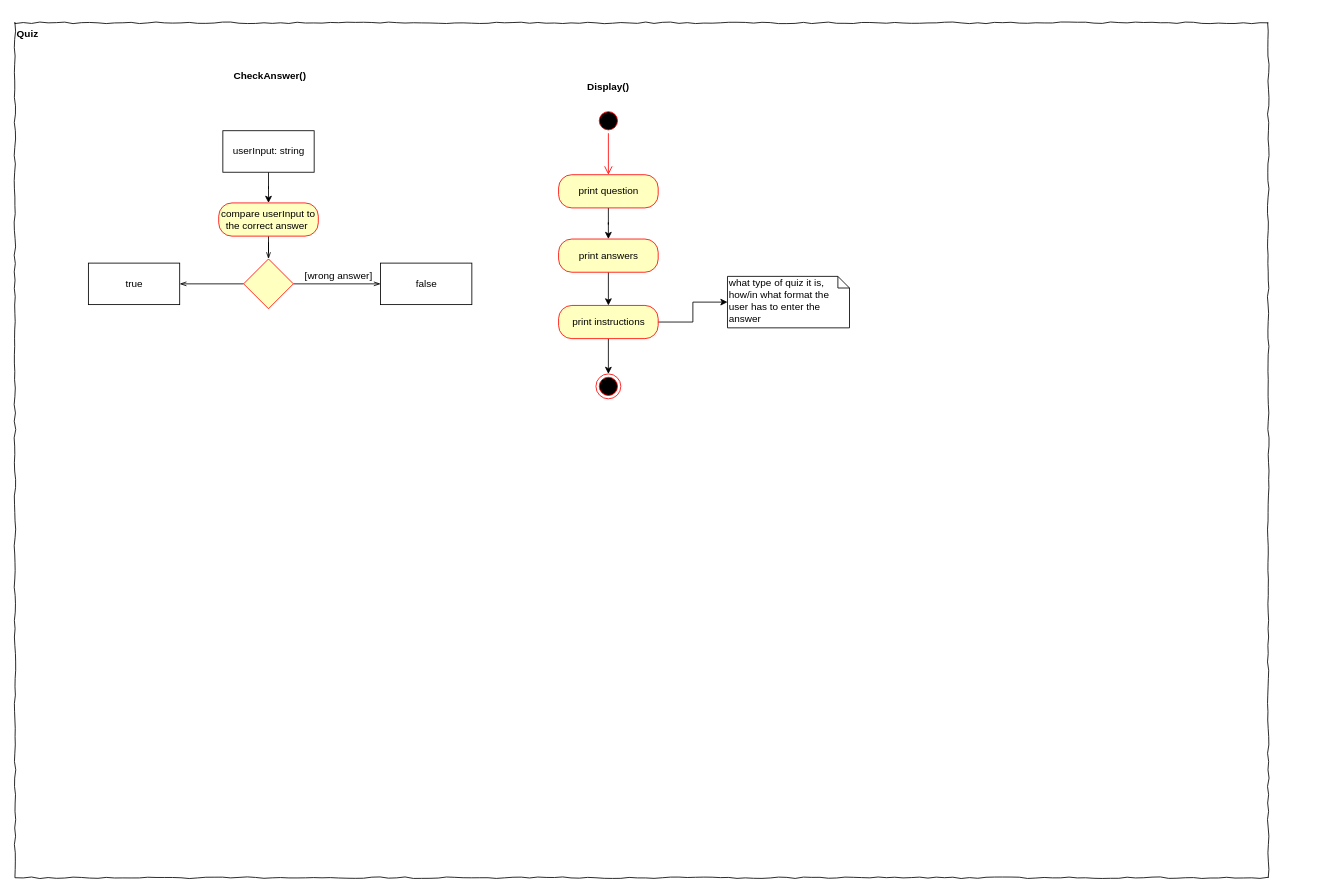
Lichtfarbenspiel/Softwaredesign keeps this draw.io diagram as page "Quiz" (3 of 3) of UML Diagramme/Quiz/Quiz.drawio. Above is the earlier version. Source tidied: cells renumbered, new cells numbered last; positions are measured from the earlier drawing's top-left corner, leaving out a move shared by most shapes. Both pictures are drawn from the tidied source at 83%, with x=0, y=0 at pixel (15, 22).
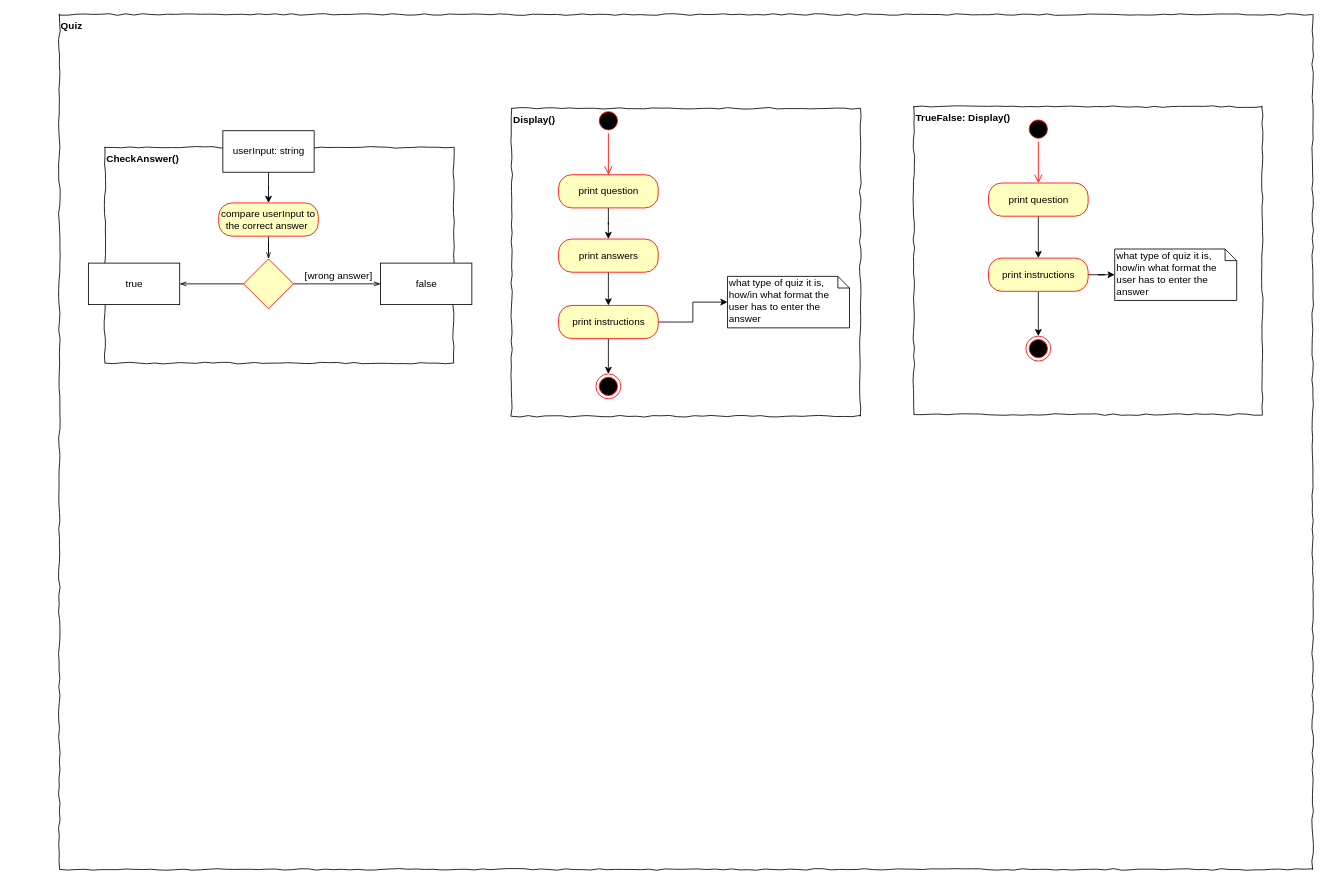
Above is the later version.

Commit message (it also covers changes not shown here):
Quiz diagram

The edit, as a diff of the source:
```diff
@@
     <mxCell id="2" value="&lt;div style=&quot;text-align: left&quot;&gt;&lt;b&gt;Quiz&lt;/b&gt;&lt;/div&gt;" style="rounded=0;whiteSpace=wrap;html=1;shadow=0;glass=0;comic=1;strokeColor=#000000;labelPosition=center;verticalLabelPosition=middle;align=left;verticalAlign=top;absoluteArcSize=1;arcSize=50;" parent="1" vertex="1">
-      <mxGeometry x="-0.5" width="1510" height="1030" as="geometry" />
+      <mxGeometry x="53" y="-10" width="1510" height="1030" as="geometry" />
     </mxCell>
-    <mxCell id="3" value="Display()" style="text;align=center;fontStyle=1;verticalAlign=middle;spacingLeft=3;spacingRight=3;strokeColor=none;fillColor=#FFFFFF;" parent="1" vertex="1">
-      <mxGeometry x="674.5" y="63" width="80" height="26" as="geometry" />
+    <mxCell id="3" value="&lt;div style=&quot;text-align: left&quot;&gt;&lt;span style=&quot;font-weight: 700 ; text-align: center ; white-space: nowrap&quot;&gt;Display()&lt;/span&gt;&lt;br&gt;&lt;/div&gt;" style="rounded=0;whiteSpace=wrap;html=1;shadow=0;glass=0;comic=1;strokeColor=#000000;labelPosition=center;verticalLabelPosition=middle;align=left;verticalAlign=top;absoluteArcSize=1;arcSize=50;" parent="1" vertex="1">
+      <mxGeometry x="598" y="103" width="420" height="371" as="geometry" />
     </mxCell>
+    <mxCell id="13" value="&lt;div style=&quot;text-align: left&quot;&gt;&lt;span style=&quot;font-weight: 700 ; text-align: center ; white-space: nowrap&quot;&gt;CheckAnswer()&lt;/span&gt;&lt;br&gt;&lt;/div&gt;" style="rounded=0;whiteSpace=wrap;html=1;shadow=0;glass=0;comic=1;strokeColor=#000000;labelPosition=center;verticalLabelPosition=middle;align=left;verticalAlign=top;absoluteArcSize=1;arcSize=50;" parent="1" vertex="1">
+      <mxGeometry x="108" y="150" width="420" height="260" as="geometry" />
+    </mxCell>
@@
-    <mxCell id="13" value="CheckAnswer()" style="text;align=center;fontStyle=1;verticalAlign=middle;spacingLeft=3;spacingRight=3;strokeColor=none;fillColor=#FFFFFF;" parent="1" vertex="1">
-      <mxGeometry x="267" y="50" width="80" height="26" as="geometry" />
-    </mxCell>
@@
+    <mxCell id="26" value="&lt;div style=&quot;text-align: left&quot;&gt;&lt;span style=&quot;font-weight: 700 ; text-align: center ; white-space: nowrap&quot;&gt;TrueFalse: Display()&amp;nbsp;&lt;/span&gt;&lt;br&gt;&lt;/div&gt;" style="rounded=0;whiteSpace=wrap;html=1;shadow=0;glass=0;comic=1;strokeColor=#000000;labelPosition=center;verticalLabelPosition=middle;align=left;verticalAlign=top;absoluteArcSize=1;arcSize=50;" parent="1" vertex="1">
+      <mxGeometry x="1082.5" y="101" width="420" height="371" as="geometry" />
+    </mxCell>
+    <mxCell id="27" style="ellipse;html=1;shape=startState;fillColor=#000000;strokeColor=#ff0000;" parent="1" vertex="1">
+      <mxGeometry x="1217.5" y="113" width="30" height="30" as="geometry" />
+    </mxCell>
+    <mxCell id="28" style="edgeStyle=orthogonalEdgeStyle;html=1;verticalAlign=bottom;endArrow=open;endSize=8;strokeColor=#ff0000;entryX=0.5;entryY=0;entryDx=0;entryDy=0;" parent="1" edge="1" source="27" target="30">
+      <mxGeometry relative="1" as="geometry" />
+    </mxCell>
+    <mxCell id="29" style="edgeStyle=orthogonalEdgeStyle;rounded=0;jettySize=auto;html=1;entryX=0.5;entryY=0;entryDx=0;entryDy=0;" parent="1" edge="1" source="30" target="33">
+      <mxGeometry relative="1" as="geometry" />
+    </mxCell>
+    <mxCell id="30" value="print question" style="rounded=1;whiteSpace=wrap;html=1;arcSize=40;fontColor=#000000;fillColor=#ffffc0;strokeColor=#ff0000;" parent="1" vertex="1">
+      <mxGeometry x="1172.5" y="193" width="120" height="40" as="geometry" />
+    </mxCell>
+    <mxCell id="31" style="edgeStyle=orthogonalEdgeStyle;rounded=0;jettySize=auto;html=1;" parent="1" edge="1" source="33" target="34">
+      <mxGeometry relative="1" as="geometry" />
+    </mxCell>
+    <mxCell id="32" style="edgeStyle=orthogonalEdgeStyle;rounded=0;jettySize=auto;html=1;" parent="1" edge="1" source="33" target="35">
+      <mxGeometry relative="1" as="geometry" />
+    </mxCell>
+    <mxCell id="33" value="print instructions" style="rounded=1;whiteSpace=wrap;html=1;arcSize=40;fontColor=#000000;fillColor=#ffffc0;strokeColor=#ff0000;" parent="1" vertex="1">
+      <mxGeometry x="1172.5" y="283.5" width="120" height="40" as="geometry" />
+    </mxCell>
+    <mxCell id="34" style="ellipse;html=1;shape=endState;fillColor=#000000;strokeColor=#ff0000;" parent="1" vertex="1">
+      <mxGeometry x="1217.5" y="377.5" width="30" height="30" as="geometry" />
+    </mxCell>
+    <mxCell id="35" value="what type of quiz it is, how/in what format the user has to enter the answer" style="shape=note;whiteSpace=wrap;html=1;size=14;verticalAlign=top;align=left;spacingTop=-6;" parent="1" vertex="1">
+      <mxGeometry x="1324.5" y="272.5" width="147" height="62" as="geometry" />
+    </mxCell>
```
